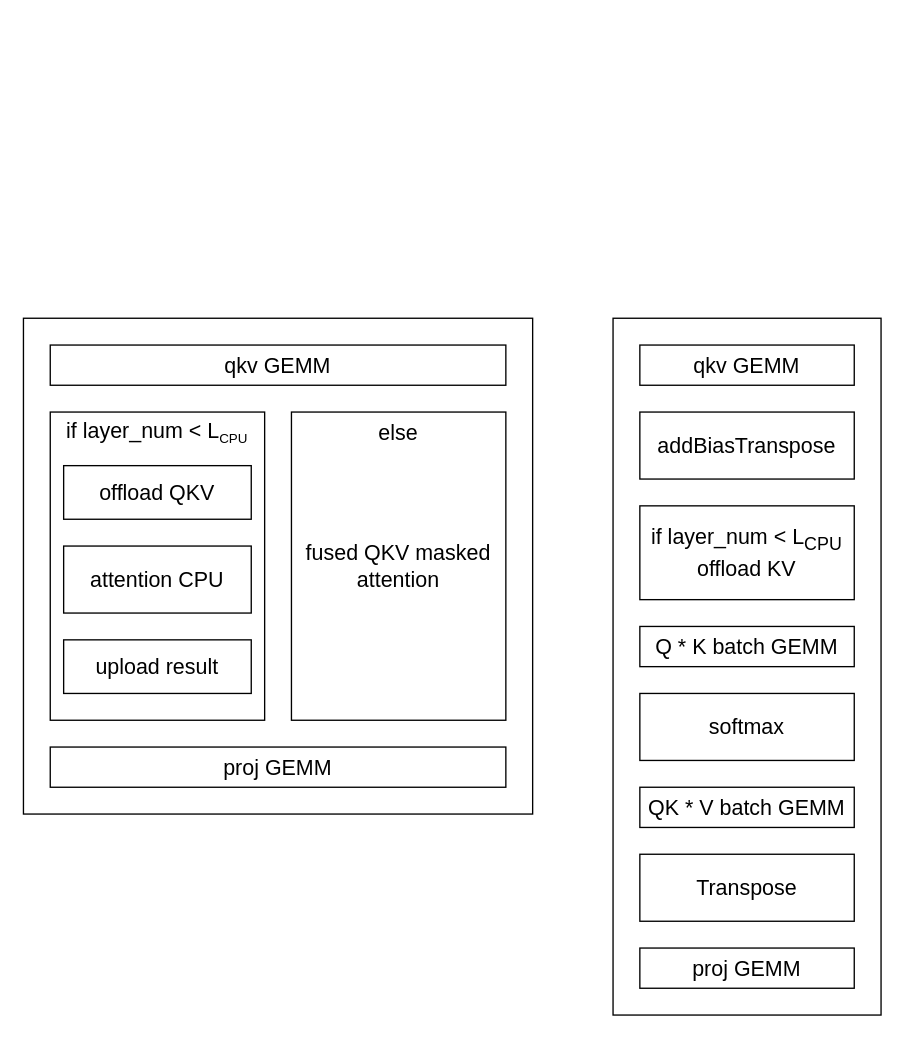
ssy818/draw keeps this draw.io diagram as 全量增量.drawio. Above is the earlier version. Source tidied: cells renumbered, new cells numbered last; positions are measured from the earlier drawing's top-left corner, leaving out a move shared by most shapes. Both pictures are drawn from the tidied source at 134%, with x=0, y=0 at pixel (23, 318).
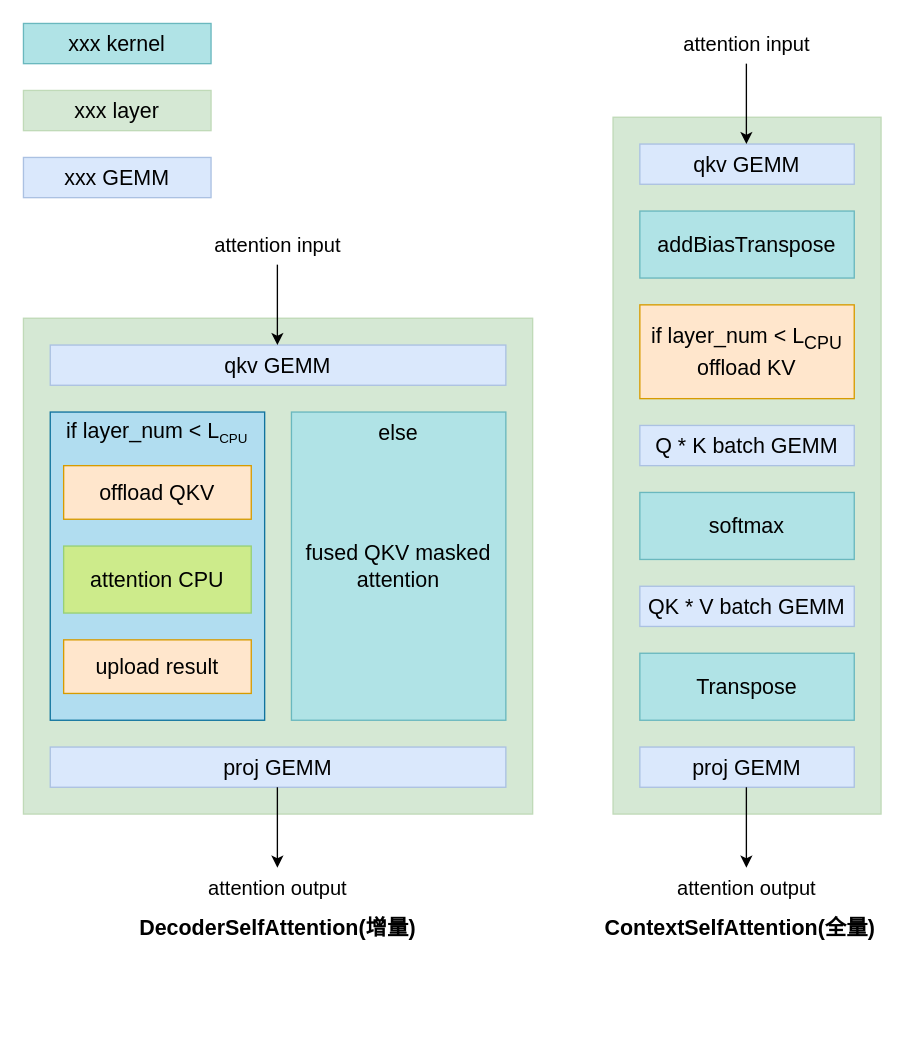
After the change.

Commit message (it also covers changes not shown here):
更新全量增量.drawio

Change to the diagram source:
```diff
@@
-    <mxCell id="2" style="rounded=0;whiteSpace=wrap;html=1;" parent="1" vertex="1">
-      <mxGeometry x="440" width="200" height="520" as="geometry" />
+    <mxCell id="2" style="rounded=0;whiteSpace=wrap;html=1;strokeColor=#c0dab8;fillColor=#d5e8d4;" parent="1" vertex="1">
+      <mxGeometry x="440" y="-150" width="200" height="520" as="geometry" />
     </mxCell>
-    <mxCell id="3" value="&lt;font style=&quot;font-size: 16px;&quot;&gt;qkv GEMM&lt;/font&gt;" style="rounded=0;whiteSpace=wrap;html=1;" parent="1" vertex="1">
-      <mxGeometry x="460" y="20" width="160" height="30" as="geometry" />
+    <mxCell id="3" value="&lt;font style=&quot;font-size: 16px;&quot;&gt;qkv GEMM&lt;/font&gt;" style="rounded=0;whiteSpace=wrap;html=1;fillColor=#dae8fc;strokeColor=#abc1e2;" parent="1" vertex="1">
+      <mxGeometry x="460" y="-130" width="160" height="30" as="geometry" />
     </mxCell>
-    <mxCell id="4" value="&lt;font style=&quot;font-size: 16px;&quot;&gt;addBiasTranspose&lt;/font&gt;" style="rounded=0;whiteSpace=wrap;html=1;" parent="1" vertex="1">
-      <mxGeometry x="460" y="70" width="160" height="50" as="geometry" />
+    <mxCell id="4" value="&lt;font style=&quot;font-size: 16px;&quot;&gt;addBiasTranspose&lt;/font&gt;" style="rounded=0;whiteSpace=wrap;html=1;fillColor=#b0e3e6;strokeColor=#6ab8be;" parent="1" vertex="1">
+      <mxGeometry x="460" y="-80" width="160" height="50" as="geometry" />
     </mxCell>
-    <mxCell id="5" value="&lt;font style=&quot;font-size: 16px;&quot;&gt;Q * K batch GEMM&lt;/font&gt;" style="rounded=0;whiteSpace=wrap;html=1;" parent="1" vertex="1">
-      <mxGeometry x="460" y="230" width="160" height="30" as="geometry" />
+    <mxCell id="5" value="&lt;font style=&quot;font-size: 16px;&quot;&gt;Q * K batch GEMM&lt;/font&gt;" style="rounded=0;whiteSpace=wrap;html=1;fillColor=#dae8fc;strokeColor=#abc1e2;align=center;verticalAlign=middle;fontFamily=Helvetica;fontSize=12;fontColor=default;" parent="1" vertex="1">
+      <mxGeometry x="460" y="80" width="160" height="30" as="geometry" />
     </mxCell>
-    <mxCell id="6" value="&lt;font style=&quot;font-size: 16px;&quot;&gt;softmax&lt;/font&gt;" style="rounded=0;whiteSpace=wrap;html=1;" parent="1" vertex="1">
-      <mxGeometry x="460" y="280" width="160" height="50" as="geometry" />
+    <mxCell id="6" value="&lt;font style=&quot;font-size: 16px;&quot;&gt;softmax&lt;/font&gt;" style="rounded=0;whiteSpace=wrap;html=1;strokeColor=#6ab8be;align=center;verticalAlign=middle;fontFamily=Helvetica;fontSize=12;fontColor=default;fillColor=#b0e3e6;" parent="1" vertex="1">
+      <mxGeometry x="460" y="130" width="160" height="50" as="geometry" />
     </mxCell>
-    <mxCell id="7" value="&lt;font style=&quot;font-size: 16px;&quot;&gt;QK * V batch GEMM&lt;/font&gt;" style="rounded=0;whiteSpace=wrap;html=1;" parent="1" vertex="1">
-      <mxGeometry x="460" y="350" width="160" height="30" as="geometry" />
+    <mxCell id="7" value="&lt;font style=&quot;font-size: 16px;&quot;&gt;QK * V batch GEMM&lt;/font&gt;" style="rounded=0;whiteSpace=wrap;html=1;strokeColor=#abc1e2;align=center;verticalAlign=middle;fontFamily=Helvetica;fontSize=12;fontColor=default;fillColor=#dae8fc;" parent="1" vertex="1">
+      <mxGeometry x="460" y="200" width="160" height="30" as="geometry" />
     </mxCell>
-    <mxCell id="8" value="&lt;div&gt;&lt;font style=&quot;font-size: 16px;&quot;&gt;if layer_num &amp;lt; L&lt;sub&gt;CPU&lt;/sub&gt;&lt;/font&gt;&lt;/div&gt;&lt;font style=&quot;font-size: 16px;&quot;&gt;offload KV&lt;/font&gt;" style="rounded=0;whiteSpace=wrap;html=1;" parent="1" vertex="1">
-      <mxGeometry x="460" y="140" width="160" height="70" as="geometry" />
+    <mxCell id="8" value="&lt;div&gt;&lt;font style=&quot;font-size: 16px;&quot;&gt;if layer_num &amp;lt; L&lt;sub&gt;CPU&lt;/sub&gt;&lt;/font&gt;&lt;/div&gt;&lt;font style=&quot;font-size: 16px;&quot;&gt;offload KV&lt;/font&gt;" style="rounded=0;whiteSpace=wrap;html=1;fillColor=#ffe6cc;strokeColor=#d79b00;" parent="1" vertex="1">
+      <mxGeometry x="460" y="-10" width="160" height="70" as="geometry" />
     </mxCell>
-    <mxCell id="9" value="&lt;font style=&quot;font-size: 16px;&quot;&gt;Transpose&lt;/font&gt;" style="rounded=0;whiteSpace=wrap;html=1;" parent="1" vertex="1">
-      <mxGeometry x="460" y="400" width="160" height="50" as="geometry" />
+    <mxCell id="9" value="&lt;font style=&quot;font-size: 16px;&quot;&gt;Transpose&lt;/font&gt;" style="rounded=0;whiteSpace=wrap;html=1;strokeColor=#6ab8be;align=center;verticalAlign=middle;fontFamily=Helvetica;fontSize=12;fontColor=default;fillColor=#b0e3e6;" parent="1" vertex="1">
+      <mxGeometry x="460" y="250" width="160" height="50" as="geometry" />
     </mxCell>
-    <mxCell id="10" value="&lt;font style=&quot;font-size: 16px;&quot;&gt;proj GEMM&lt;/font&gt;" style="rounded=0;whiteSpace=wrap;html=1;" parent="1" vertex="1">
-      <mxGeometry x="460" y="470" width="160" height="30" as="geometry" />
+    <mxCell id="10" value="&lt;font style=&quot;font-size: 16px;&quot;&gt;proj GEMM&lt;/font&gt;" style="rounded=0;whiteSpace=wrap;html=1;strokeColor=#abc1e2;align=center;verticalAlign=middle;fontFamily=Helvetica;fontSize=12;fontColor=default;fillColor=#dae8fc;" parent="1" vertex="1">
+      <mxGeometry x="460" y="320" width="160" height="30" as="geometry" />
     </mxCell>
-    <mxCell id="11" style="rounded=0;whiteSpace=wrap;html=1;" parent="1" vertex="1">
+    <mxCell id="11" style="rounded=0;whiteSpace=wrap;html=1;strokeColor=#c0dab8;align=center;verticalAlign=middle;fontFamily=Helvetica;fontSize=12;fontColor=default;fillColor=#d5e8d4;" parent="1" vertex="1">
       <mxGeometry width="380" height="370" as="geometry" />
     </mxCell>
-    <mxCell id="12" value="&lt;font style=&quot;font-size: 16px;&quot;&gt;qkv GEMM&lt;/font&gt;" style="rounded=0;whiteSpace=wrap;html=1;" parent="1" vertex="1">
+    <mxCell id="12" value="&lt;font style=&quot;font-size: 16px;&quot;&gt;qkv GEMM&lt;/font&gt;" style="rounded=0;whiteSpace=wrap;html=1;strokeColor=#abc1e2;align=center;verticalAlign=middle;fontFamily=Helvetica;fontSize=12;fontColor=default;fillColor=#dae8fc;" parent="1" vertex="1">
       <mxGeometry x="20" y="20" width="340" height="30" as="geometry" />
     </mxCell>
-    <mxCell id="13" style="rounded=0;whiteSpace=wrap;html=1;" parent="1" vertex="1">
+    <mxCell id="13" style="rounded=0;whiteSpace=wrap;html=1;fillColor=#b1ddf0;strokeColor=#10739e;" parent="1" vertex="1">
       <mxGeometry x="20" y="70" width="160" height="230" as="geometry" />
     </mxCell>
-    <mxCell id="14" value="&lt;div&gt;&lt;span style=&quot;font-size: 16px; background-color: initial;&quot;&gt;fused QKV masked attention&lt;/span&gt;&lt;br&gt;&lt;/div&gt;" style="rounded=0;whiteSpace=wrap;html=1;" parent="1" vertex="1">
+    <mxCell id="14" value="&lt;div&gt;&lt;span style=&quot;font-size: 16px; background-color: initial;&quot;&gt;fused QKV masked attention&lt;/span&gt;&lt;br&gt;&lt;/div&gt;" style="rounded=0;whiteSpace=wrap;html=1;strokeColor=#6ab8be;align=center;verticalAlign=middle;fontFamily=Helvetica;fontSize=12;fontColor=default;fillColor=#b0e3e6;" parent="1" vertex="1">
       <mxGeometry x="200" y="70" width="160" height="230" as="geometry" />
     </mxCell>
@@
-    <mxCell id="16" value="&lt;font style=&quot;font-size: 16px;&quot;&gt;offload QKV&lt;/font&gt;" style="rounded=0;whiteSpace=wrap;html=1;" parent="1" vertex="1">
+    <mxCell id="16" value="&lt;font style=&quot;font-size: 16px;&quot;&gt;offload QKV&lt;/font&gt;" style="rounded=0;whiteSpace=wrap;html=1;strokeColor=#d79b00;align=center;verticalAlign=middle;fontFamily=Helvetica;fontSize=12;fillColor=#ffe6cc;" parent="1" vertex="1">
       <mxGeometry x="30" y="110" width="140" height="40" as="geometry" />
     </mxCell>
-    <mxCell id="17" value="&lt;font style=&quot;font-size: 16px;&quot;&gt;attention CPU&lt;/font&gt;" style="rounded=0;whiteSpace=wrap;html=1;" parent="1" vertex="1">
+    <mxCell id="17" value="&lt;font color=&quot;#000000&quot; style=&quot;font-size: 16px;&quot;&gt;attention CPU&lt;/font&gt;" style="rounded=0;whiteSpace=wrap;html=1;fillColor=#cdeb8b;strokeColor=#97D077;" parent="1" vertex="1">
       <mxGeometry x="30" y="170" width="140" height="50" as="geometry" />
     </mxCell>
-    <mxCell id="18" value="&lt;font style=&quot;font-size: 16px;&quot;&gt;upload result&lt;/font&gt;" style="rounded=0;whiteSpace=wrap;html=1;" parent="1" vertex="1">
+    <mxCell id="18" value="&lt;font style=&quot;font-size: 16px;&quot;&gt;upload result&lt;/font&gt;" style="rounded=0;whiteSpace=wrap;html=1;strokeColor=#d79b00;align=center;verticalAlign=middle;fontFamily=Helvetica;fontSize=12;fillColor=#ffe6cc;" parent="1" vertex="1">
       <mxGeometry x="30" y="240" width="140" height="40" as="geometry" />
     </mxCell>
@@
-    <mxCell id="20" value="&lt;font style=&quot;font-size: 16px;&quot;&gt;proj GEMM&lt;/font&gt;" style="rounded=0;whiteSpace=wrap;html=1;" parent="1" vertex="1">
+    <mxCell id="20" value="&lt;font style=&quot;font-size: 16px;&quot;&gt;proj GEMM&lt;/font&gt;" style="rounded=0;whiteSpace=wrap;html=1;strokeColor=#abc1e2;align=center;verticalAlign=middle;fontFamily=Helvetica;fontSize=12;fontColor=default;fillColor=#dae8fc;" parent="1" vertex="1">
       <mxGeometry x="20" y="320" width="340" height="30" as="geometry" />
     </mxCell>
+    <mxCell id="21" style="endArrow=classic;html=1;rounded=0;" parent="1" edge="1">
+      <mxGeometry relative="1" as="geometry">
+        <mxPoint x="539.5" y="-190" as="sourcePoint" />
+        <mxPoint x="539.5" y="-130" as="targetPoint" />
+      </mxGeometry>
+    </mxCell>
+    <mxCell id="22" value="&lt;font style=&quot;font-size: 15px;&quot;&gt;attention input&lt;/font&gt;" style="text;html=1;align=center;verticalAlign=middle;whiteSpace=wrap;rounded=0;" parent="1" vertex="1">
+      <mxGeometry x="470" y="-220" width="140" height="30" as="geometry" />
+    </mxCell>
+    <mxCell id="23" style="endArrow=classic;html=1;rounded=0;" parent="1" edge="1">
+      <mxGeometry relative="1" as="geometry">
+        <mxPoint x="539.5" y="350" as="sourcePoint" />
+        <mxPoint x="539.5" y="410" as="targetPoint" />
+      </mxGeometry>
+    </mxCell>
+    <mxCell id="24" value="&lt;font style=&quot;font-size: 15px;&quot;&gt;attention output&lt;/font&gt;" style="text;html=1;align=center;verticalAlign=middle;whiteSpace=wrap;rounded=0;" parent="1" vertex="1">
+      <mxGeometry x="470" y="410" width="140" height="30" as="geometry" />
+    </mxCell>
+    <mxCell id="25" style="endArrow=classic;html=1;rounded=0;" parent="1" edge="1">
+      <mxGeometry relative="1" as="geometry">
+        <mxPoint x="189.5" y="-40" as="sourcePoint" />
+        <mxPoint x="189.5" y="20" as="targetPoint" />
+      </mxGeometry>
+    </mxCell>
+    <mxCell id="26" value="&lt;font style=&quot;font-size: 15px;&quot;&gt;attention input&lt;/font&gt;" style="text;html=1;align=center;verticalAlign=middle;whiteSpace=wrap;rounded=0;" parent="1" vertex="1">
+      <mxGeometry x="120" y="-70" width="140" height="30" as="geometry" />
+    </mxCell>
+    <mxCell id="27" style="endArrow=classic;html=1;rounded=0;" parent="1" edge="1">
+      <mxGeometry relative="1" as="geometry">
+        <mxPoint x="189.5" y="350" as="sourcePoint" />
+        <mxPoint x="189.5" y="410" as="targetPoint" />
+      </mxGeometry>
+    </mxCell>
+    <mxCell id="28" value="&lt;font style=&quot;font-size: 15px;&quot;&gt;attention output&lt;/font&gt;" style="text;html=1;align=center;verticalAlign=middle;whiteSpace=wrap;rounded=0;" parent="1" vertex="1">
+      <mxGeometry x="120" y="410" width="140" height="30" as="geometry" />
+    </mxCell>
+    <mxCell id="29" value="&lt;font style=&quot;font-size: 16px;&quot;&gt;&lt;b&gt;DecoderSelfAttention(增量)&lt;/b&gt;&lt;/font&gt;" style="text;html=1;align=center;verticalAlign=middle;whiteSpace=wrap;rounded=0;" parent="1" vertex="1">
+      <mxGeometry x="85" y="440" width="210" height="30" as="geometry" />
+    </mxCell>
+    <mxCell id="30" value="&lt;font style=&quot;font-size: 16px;&quot;&gt;&lt;b&gt;ContextSelfAttention(全量)&lt;/b&gt;&lt;/font&gt;" style="text;html=1;align=center;verticalAlign=middle;whiteSpace=wrap;rounded=0;" parent="1" vertex="1">
+      <mxGeometry x="430" y="440" width="210" height="30" as="geometry" />
+    </mxCell>
+    <mxCell id="31" value="&lt;font style=&quot;font-size: 16px;&quot;&gt;xxx GEMM&lt;/font&gt;" style="rounded=0;whiteSpace=wrap;html=1;fillColor=#dae8fc;strokeColor=#abc1e2;" parent="1" vertex="1">
+      <mxGeometry y="-120" width="140" height="30" as="geometry" />
+    </mxCell>
+    <mxCell id="32" value="&lt;font style=&quot;font-size: 16px;&quot;&gt;xxx layer&lt;/font&gt;" style="rounded=0;whiteSpace=wrap;html=1;fillColor=#d5e8d4;strokeColor=#c0dab8;align=center;verticalAlign=middle;fontFamily=Helvetica;fontSize=12;fontColor=default;" parent="1" vertex="1">
+      <mxGeometry y="-170" width="140" height="30" as="geometry" />
+    </mxCell>
+    <mxCell id="33" value="&lt;font style=&quot;font-size: 16px;&quot;&gt;xxx kernel&lt;/font&gt;" style="rounded=0;whiteSpace=wrap;html=1;fillColor=#b0e3e6;strokeColor=#6ab8be;align=center;verticalAlign=middle;fontFamily=Helvetica;fontSize=12;fontColor=default;" parent="1" vertex="1">
+      <mxGeometry y="-220" width="140" height="30" as="geometry" />
+    </mxCell>
```
